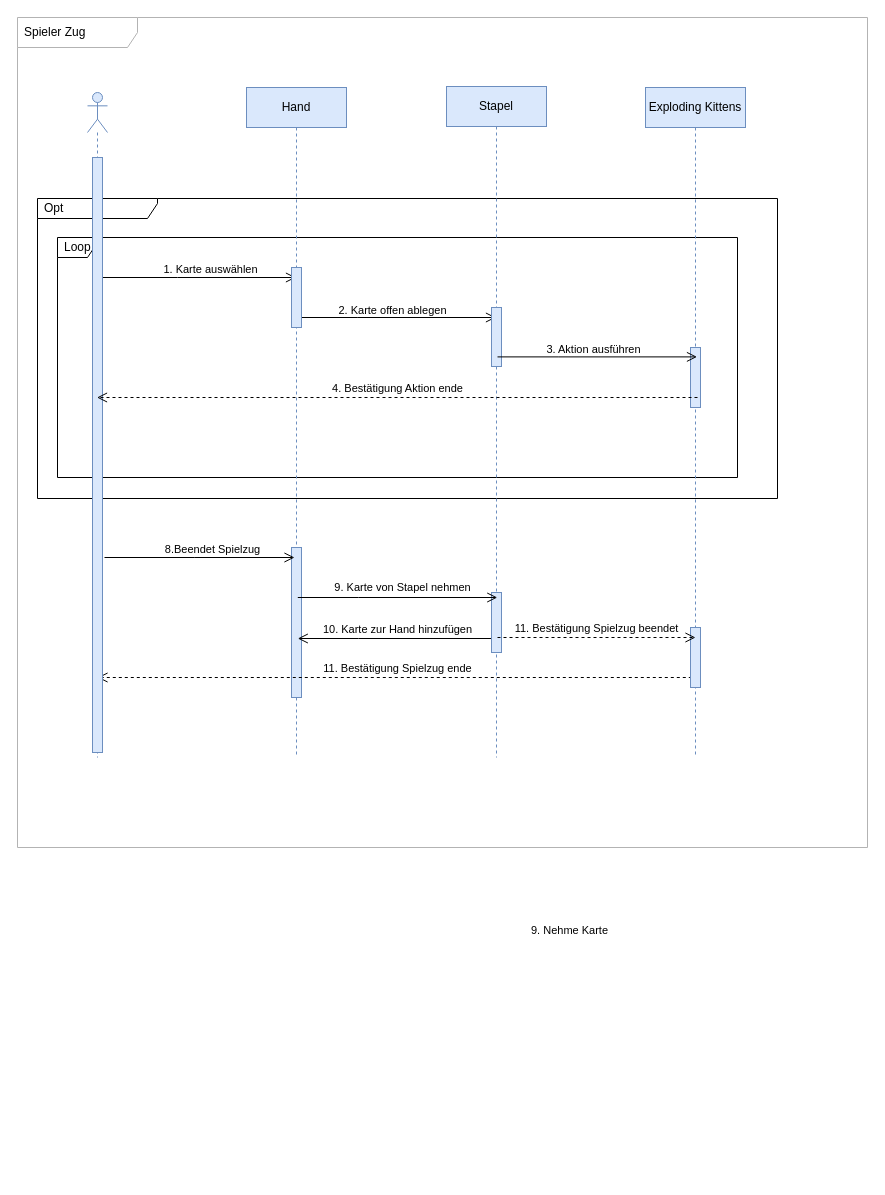
Above: sequence_diagram/diagram/workspace/sequence.drawio in anuerk/se_exploding_kittens (draw.io), before the change. Source tidied: cells renumbered, new cells numbered last; positions are measured from the earlier drawing's top-left corner, leaving out a move shared by most shapes. Both pictures are drawn from the tidied source at 100%, with x=0, y=0 at pixel (17, 17).
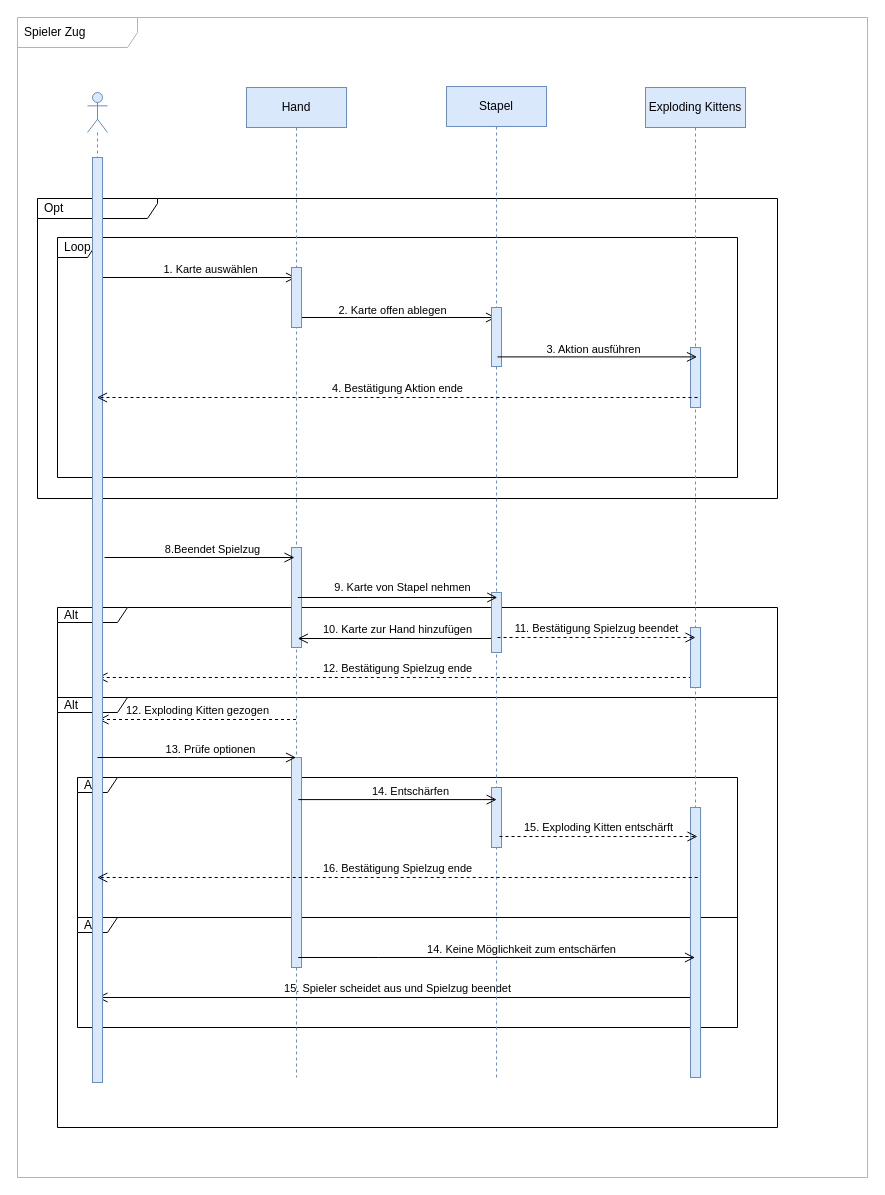
Above is the later version.

Unchanged cells that the change refers to:
```xml
<mxCell id="29" style="endArrow=open;html=1;rounded=0;verticalAlign=bottom;strokeWidth=1;labelBackgroundColor=none;endFill=0;endSize=8;startFill=0;" parent="1" edge="1">
  <mxGeometry relative="1" as="geometry">
    <mxPoint x="280.3" y="580" as="sourcePoint" />
    <mxPoint x="479.8" y="580" as="targetPoint" />
    <Array as="points">
      <mxPoint x="340.9" y="580" />
    </Array>
  </mxGeometry>
</mxCell>
```

Diff of the diagram source:
```diff
@@
+    <mxCell id="3" value="Spieler Zug" style="shape=umlFrame;whiteSpace=wrap;html=1;width=120;height=30;boundedLbl=1;verticalAlign=middle;align=left;spacingLeft=5;rounded=0;labelBackgroundColor=none;strokeColor=#B3B3B3;fillColor=none;gradientColor=none;" parent="1" vertex="1">
+      <mxGeometry width="850" height="1160" as="geometry" />
+    </mxCell>
+    <mxCell id="32" value="Alt" style="shape=umlFrame;whiteSpace=wrap;html=1;width=70;height=15;boundedLbl=1;verticalAlign=middle;align=left;spacingLeft=5;rounded=0;labelBackgroundColor=none;strokeColor=default;fillColor=none;gradientColor=none;" parent="1" vertex="1">
+      <mxGeometry x="40" y="680" width="720" height="430" as="geometry" />
+    </mxCell>
+    <mxCell id="33" value="Alt" style="shape=umlFrame;whiteSpace=wrap;html=1;width=40;height=15;boundedLbl=1;verticalAlign=middle;align=left;spacingLeft=5;rounded=0;labelBackgroundColor=none;strokeColor=default;fillColor=none;gradientColor=none;" parent="1" vertex="1">
+      <mxGeometry x="60" y="900" width="660" height="110" as="geometry" />
+    </mxCell>
+    <mxCell id="34" value="Alt" style="shape=umlFrame;whiteSpace=wrap;html=1;width=40;height=15;boundedLbl=1;verticalAlign=middle;align=left;spacingLeft=5;rounded=0;labelBackgroundColor=none;strokeColor=default;fillColor=none;gradientColor=none;" parent="1" vertex="1">
+      <mxGeometry x="60" y="760" width="660" height="140" as="geometry" />
+    </mxCell>
+    <mxCell id="35" value="12. Exploding Kitten gezogen" style="endArrow=open;startArrow=none;endFill=0;startFill=0;endSize=8;html=1;verticalAlign=bottom;dashed=1;labelBackgroundColor=none;rounded=0;" parent="1" edge="1" source="7">
+      <mxGeometry relative="1" as="geometry">
+        <mxPoint x="81" y="702" as="targetPoint" />
+      </mxGeometry>
+    </mxCell>
+    <mxCell id="36" value="Alt" style="shape=umlFrame;whiteSpace=wrap;html=1;width=70;height=15;boundedLbl=1;verticalAlign=middle;align=left;spacingLeft=5;rounded=0;labelBackgroundColor=none;strokeColor=default;fillColor=none;gradientColor=none;" parent="1" vertex="1">
+      <mxGeometry x="40" y="590" width="720" height="90" as="geometry" />
+    </mxCell>
@@
-    <mxCell id="3" value="Spieler Zug" style="shape=umlFrame;whiteSpace=wrap;html=1;width=120;height=30;boundedLbl=1;verticalAlign=middle;align=left;spacingLeft=5;rounded=0;labelBackgroundColor=none;strokeColor=#B3B3B3;fillColor=none;gradientColor=none;" parent="1" vertex="1">
-      <mxGeometry width="850" height="830" as="geometry" />
-    </mxCell>
@@
     <mxCell id="7" value="Hand" style="shape=umlLifeline;perimeter=lifelinePerimeter;whiteSpace=wrap;html=1;outlineConnect=0;rounded=0;labelBackgroundColor=none;fillColor=#dae8fc;strokeColor=#6c8ebf;" parent="1" vertex="1">
-      <mxGeometry x="229" y="70" width="100" height="670" as="geometry" />
+      <mxGeometry x="229" y="70" width="100" height="990" as="geometry" />
     </mxCell>
@@
     <mxCell id="11" style="rounded=0;whiteSpace=wrap;html=1;labelBackgroundColor=none;strokeColor=#6c8ebf;fillColor=#dae8fc;" parent="7" vertex="1">
-      <mxGeometry x="45" y="460" width="10" height="150" as="geometry" />
+      <mxGeometry x="45" y="460" width="10" height="100" as="geometry" />
     </mxCell>
+    <mxCell id="37" style="rounded=0;whiteSpace=wrap;html=1;labelBackgroundColor=none;strokeColor=#6c8ebf;fillColor=#dae8fc;" parent="7" vertex="1">
+      <mxGeometry x="45" y="670" width="10" height="50" as="geometry" />
+    </mxCell>
+    <mxCell id="38" style="rounded=0;whiteSpace=wrap;html=1;labelBackgroundColor=none;strokeColor=#6c8ebf;fillColor=#dae8fc;" parent="7" vertex="1">
+      <mxGeometry x="45" y="670" width="10" height="210" as="geometry" />
+    </mxCell>
+    <mxCell id="39" value="15. Spieler scheidet aus und Spielzug beendet" style="endArrow=open;startArrow=none;endFill=0;startFill=0;endSize=8;html=1;verticalAlign=bottom;labelBackgroundColor=none;rounded=0;strokeWidth=1;" parent="7" edge="1">
+      <mxGeometry relative="1" as="geometry">
+        <mxPoint x="451.3" y="910" as="sourcePoint" />
+        <mxPoint x="-149" y="910" as="targetPoint" />
+      </mxGeometry>
+    </mxCell>
     <mxCell id="12" value="Stapel" style="shape=umlLifeline;perimeter=lifelinePerimeter;whiteSpace=wrap;html=1;outlineConnect=0;rounded=0;labelBackgroundColor=none;fillColor=#dae8fc;strokeColor=#6c8ebf;" parent="1" vertex="1">
-      <mxGeometry x="429" y="69" width="100" height="671" as="geometry" />
+      <mxGeometry x="429" y="69" width="100" height="991" as="geometry" />
     </mxCell>
@@
-    <mxCell id="17" value="11. Bestätigung Spielzug ende" style="endArrow=open;startArrow=none;endFill=0;startFill=0;endSize=8;html=1;verticalAlign=bottom;dashed=1;labelBackgroundColor=none;rounded=0;" parent="12" edge="1">
+    <mxCell id="17" value="12. Bestätigung Spielzug ende" style="endArrow=open;startArrow=none;endFill=0;startFill=0;endSize=8;html=1;verticalAlign=bottom;dashed=1;labelBackgroundColor=none;rounded=0;" parent="12" edge="1">
       <mxGeometry relative="1" as="geometry">
         <mxPoint x="251.3" y="591" as="sourcePoint" />
         <mxPoint x="-349" y="591" as="targetPoint" />
       </mxGeometry>
     </mxCell>
+    <mxCell id="40" style="rounded=0;whiteSpace=wrap;html=1;labelBackgroundColor=none;strokeColor=#6c8ebf;fillColor=#dae8fc;" parent="12" vertex="1">
+      <mxGeometry x="45" y="701" width="10" height="60" as="geometry" />
+    </mxCell>
     <mxCell id="18" value="Exploding Kittens" style="shape=umlLifeline;perimeter=lifelinePerimeter;whiteSpace=wrap;html=1;outlineConnect=0;rounded=0;labelBackgroundColor=none;fillColor=#dae8fc;strokeColor=#6c8ebf;" parent="1" vertex="1">
-      <mxGeometry x="628" y="70" width="100" height="670" as="geometry" />
+      <mxGeometry x="628" y="70" width="100" height="990" as="geometry" />
     </mxCell>
@@
+    <mxCell id="41" style="rounded=0;whiteSpace=wrap;html=1;labelBackgroundColor=none;strokeColor=#6c8ebf;fillColor=#dae8fc;" parent="18" vertex="1">
+      <mxGeometry x="45" y="720" width="10" height="270" as="geometry" />
+    </mxCell>
     <mxCell id="21" style="shape=umlLifeline;participant=umlActor;perimeter=lifelinePerimeter;whiteSpace=wrap;html=1;verticalAlign=top;spacingTop=36;outlineConnect=0;rounded=0;labelBackgroundColor=none;strokeColor=#6c8ebf;fillColor=#dae8fc;" parent="1" vertex="1">
-      <mxGeometry x="70" y="75" width="20" height="665" as="geometry" />
+      <mxGeometry x="70" y="75" width="20" height="990" as="geometry" />
     </mxCell>
     <mxCell id="22" style="rounded=0;whiteSpace=wrap;html=1;labelBackgroundColor=none;strokeColor=#6c8ebf;fillColor=#dae8fc;" parent="21" vertex="1">
-      <mxGeometry x="5" y="65" width="10" height="595" as="geometry" />
+      <mxGeometry x="5" y="65" width="10" height="925" as="geometry" />
     </mxCell>
@@
-    <mxCell id="30" value="9. Nehme Karte" style="edgeLabel;html=1;align=center;verticalAlign=middle;" parent="29" vertex="1">
-      <mxGeometry x="-0.34" y="4" relative="1" as="geometry">
-        <mxPoint x="205" y="336" as="offset" />
-      </mxGeometry>
-    </mxCell>
@@
+    <mxCell id="42" style="endArrow=open;startArrow=none;endFill=0;startFill=0;endSize=8;html=1;verticalAlign=bottom;labelBackgroundColor=none;strokeWidth=1;rounded=0;" parent="1" edge="1">
+      <mxGeometry relative="1" as="geometry">
+        <mxPoint x="80" y="740" as="sourcePoint" />
+        <mxPoint x="278.5" y="740" as="targetPoint" />
+        <Array as="points">
+          <mxPoint x="160" y="740" />
+        </Array>
+      </mxGeometry>
+    </mxCell>
+    <mxCell id="43" value="13. Prüfe optionen" style="edgeLabel;html=1;align=center;verticalAlign=middle;" parent="42" vertex="1">
+      <mxGeometry x="0.12" y="9" relative="1" as="geometry">
+        <mxPoint x="1" as="offset" />
+      </mxGeometry>
+    </mxCell>
+    <mxCell id="44" style="endArrow=open;startArrow=none;endFill=0;startFill=0;endSize=8;html=1;verticalAlign=bottom;labelBackgroundColor=none;strokeWidth=1;rounded=0;" parent="1" edge="1">
+      <mxGeometry relative="1" as="geometry">
+        <mxPoint x="280.8" y="782.1" as="sourcePoint" />
+        <mxPoint x="479.2" y="782.1" as="targetPoint" />
+        <Array as="points">
+          <mxPoint x="360.8" y="782.1" />
+        </Array>
+      </mxGeometry>
+    </mxCell>
+    <mxCell id="45" value="14. Entschärfen" style="edgeLabel;html=1;align=center;verticalAlign=middle;" parent="44" vertex="1">
+      <mxGeometry x="0.12" y="9" relative="1" as="geometry">
+        <mxPoint x="1" as="offset" />
+      </mxGeometry>
+    </mxCell>
+    <mxCell id="46" value="15. Exploding Kitten entschärft" style="endArrow=open;startArrow=none;endFill=0;startFill=0;endSize=8;html=1;verticalAlign=bottom;labelBackgroundColor=none;rounded=0;dashed=1;" parent="1" edge="1">
+      <mxGeometry relative="1" as="geometry">
+        <mxPoint x="482" y="819" as="sourcePoint" />
+        <mxPoint x="680" y="819" as="targetPoint" />
+      </mxGeometry>
+    </mxCell>
+    <mxCell id="47" value="16. Bestätigung Spielzug ende" style="endArrow=open;startArrow=none;endFill=0;startFill=0;endSize=8;html=1;verticalAlign=bottom;dashed=1;labelBackgroundColor=none;rounded=0;" parent="1" edge="1">
+      <mxGeometry relative="1" as="geometry">
+        <mxPoint x="680.2" y="860" as="sourcePoint" />
+        <mxPoint x="79.8" y="860" as="targetPoint" />
+      </mxGeometry>
+    </mxCell>
+    <mxCell id="48" style="endArrow=open;startArrow=none;endFill=0;startFill=0;endSize=8;html=1;verticalAlign=bottom;labelBackgroundColor=none;strokeWidth=1;rounded=0;" parent="1" edge="1" target="18">
+      <mxGeometry relative="1" as="geometry">
+        <mxPoint x="280.8" y="940" as="sourcePoint" />
+        <Array as="points">
+          <mxPoint x="360.8" y="940" />
+        </Array>
+      </mxGeometry>
+    </mxCell>
+    <mxCell id="49" value="14. Keine Möglichkeit zum entschärfen" style="edgeLabel;html=1;align=center;verticalAlign=middle;" parent="48" vertex="1">
+      <mxGeometry x="0.12" y="9" relative="1" as="geometry">
+        <mxPoint x="1" as="offset" />
+      </mxGeometry>
+    </mxCell>
```
